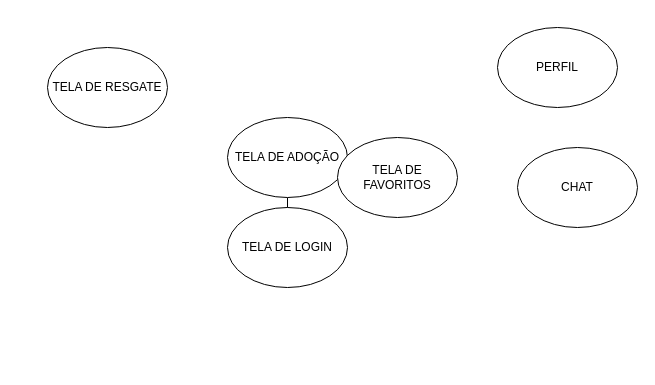
Before: Fluxograma de telas.drawio in JoaoGans/DRAW.tcc, a draw.io diagram. Source tidied: cells renumbered, new cells numbered last; positions are measured from the earlier drawing's top-left corner, leaving out a move shared by most shapes. Both pictures are drawn from the tidied source at 100%, with x=0, y=0 at pixel (47, 27).
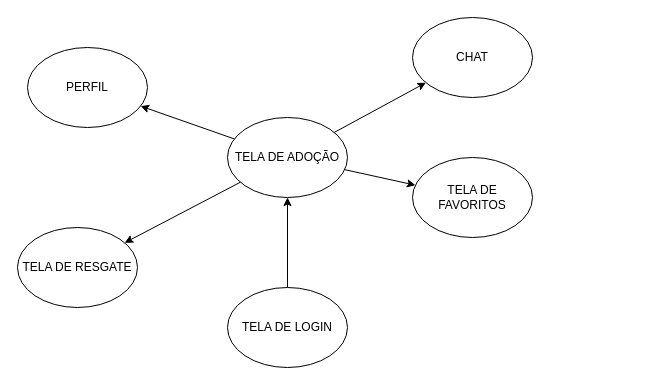
The same page after the edit.

The edit, as a diff of the source:
```diff
@@
 <mxGraphModel>
   <root>
     <mxCell id="0" />
     <mxCell id="1" parent="0" />
     <mxCell id="2" value="TELA DE LOGIN" style="ellipse;whiteSpace=wrap;html=1;" parent="1" vertex="1">
-      <mxGeometry x="180" y="180" width="120" height="80" as="geometry" />
+      <mxGeometry x="180" y="260" width="120" height="80" as="geometry" />
     </mxCell>
-    <mxCell id="3" style="endArrow=none;html=1;rounded=0;" parent="1" edge="1" source="2" target="4">
-      <mxGeometry relative="1" as="geometry" />
-    </mxCell>
     <mxCell id="4" value="TELA DE ADOÇÃO" style="ellipse;whiteSpace=wrap;html=1;" parent="1" vertex="1">
       <mxGeometry x="180" y="90" width="120" height="80" as="geometry" />
     </mxCell>
     <mxCell id="5" value="TELA DE RESGATE" style="ellipse;whiteSpace=wrap;html=1;" parent="1" vertex="1">
-      <mxGeometry y="20" width="120" height="80" as="geometry" />
+      <mxGeometry x="-30" y="200" width="120" height="80" as="geometry" />
     </mxCell>
     <mxCell id="6" value="TELA DE FAVORITOS" style="ellipse;whiteSpace=wrap;html=1;" parent="1" vertex="1">
-      <mxGeometry x="290" y="110" width="120" height="80" as="geometry" />
+      <mxGeometry x="365" y="130" width="120" height="80" as="geometry" />
     </mxCell>
     <mxCell id="7" value="CHAT" style="ellipse;whiteSpace=wrap;html=1;" parent="1" vertex="1">
-      <mxGeometry x="470" y="120" width="120" height="80" as="geometry" />
+      <mxGeometry x="365" y="-10" width="120" height="80" as="geometry" />
     </mxCell>
     <mxCell id="8" value="PERFIL" style="ellipse;whiteSpace=wrap;html=1;" parent="1" vertex="1">
-      <mxGeometry x="450" width="120" height="80" as="geometry" />
+      <mxGeometry x="-20" y="20" width="120" height="80" as="geometry" />
     </mxCell>
+    <mxCell id="9" style="endArrow=classic;html=1;rounded=0;" parent="1" edge="1" source="4" target="8">
+      <mxGeometry relative="1" as="geometry" />
+    </mxCell>
+    <mxCell id="10" style="endArrow=classic;html=1;rounded=0;" parent="1" edge="1" source="4" target="7">
+      <mxGeometry relative="1" as="geometry" />
+    </mxCell>
+    <mxCell id="3" style="endArrow=classic;html=1;rounded=0;" parent="1" edge="1" source="2" target="4">
+      <mxGeometry relative="1" as="geometry" />
+    </mxCell>
+    <mxCell id="11" style="endArrow=classic;html=1;rounded=0;" parent="1" edge="1" source="4" target="5">
+      <mxGeometry relative="1" as="geometry" />
+    </mxCell>
+    <mxCell id="12" style="endArrow=classic;html=1;rounded=0;" parent="1" edge="1" source="4" target="6">
+      <mxGeometry relative="1" as="geometry" />
+    </mxCell>
   </root>
 </mxGraphModel>
```
